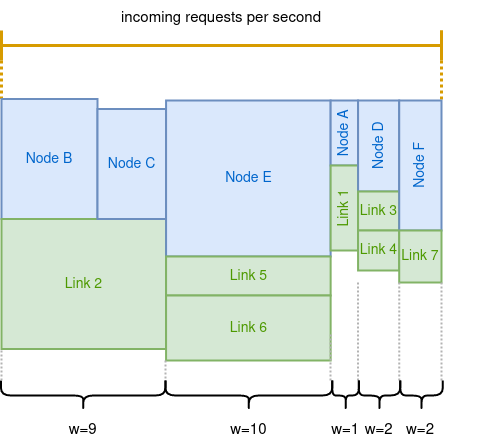
Before: graphics/diagrams/lb_weights.png, a diagram exported from draw.io (jjnp/msc-thesis). Source tidied: cells renumbered, new cells last; positions are measured from the earlier drawing's top-left corner, leaving out a move shared by most shapes. The source it was exported from:
```xml
<mxGraphModel>
  <root>
    <mxCell id="0" />
    <mxCell id="1" parent="0" />
    <mxCell id="2" style="edgeStyle=orthogonalEdgeStyle;rounded=0;jettySize=auto;html=1;exitX=0;exitY=1;exitDx=0;exitDy=0;exitPerimeter=0;entryX=0;entryY=0;entryDx=0;entryDy=0;fontSize=14;fontColor=#4D9900;endArrow=none;endFill=0;fillColor=#ffe6cc;strokeColor=#d79b00;strokeWidth=3;dashed=1;dashPattern=1 1;" parent="1" edge="1" source="3" target="8">
      <mxGeometry relative="1" as="geometry" />
    </mxCell>
    <mxCell id="3" style="shape=crossbar;whiteSpace=wrap;html=1;rounded=1;strokeWidth=3;fillColor=#ffe6cc;strokeColor=#d79b00;" parent="1" vertex="1">
      <mxGeometry y="30" width="440" height="30" as="geometry" />
    </mxCell>
    <mxCell id="4" style="shape=curlyBracket;whiteSpace=wrap;html=1;rounded=1;flipH=1;strokeWidth=2;rotation=90;" parent="1" vertex="1">
      <mxGeometry x="66.7" y="312.8" width="30" height="164.4" as="geometry" />
    </mxCell>
    <mxCell id="5" value="incoming requests per second" style="text;strokeColor=none;fillColor=none;align=center;verticalAlign=middle;spacingLeft=4;spacingRight=4;overflow=hidden;fontSize=15;" parent="1" vertex="1">
      <mxGeometry x="85" width="270" height="30" as="geometry" />
    </mxCell>
    <mxCell id="6" style="edgeStyle=orthogonalEdgeStyle;rounded=0;jettySize=auto;html=1;exitX=0;exitY=1;exitDx=0;exitDy=0;exitPerimeter=0;fontSize=14;fontColor=#4D9900;endArrow=none;endFill=0;fillColor=#ffe6cc;strokeColor=#d79b00;strokeWidth=3;dashed=1;dashPattern=1 1;entryX=1;entryY=0;entryDx=0;entryDy=0;" parent="1" edge="1" target="19">
      <mxGeometry relative="1" as="geometry">
        <mxPoint x="440" y="30" as="sourcePoint" />
      </mxGeometry>
    </mxCell>
    <mxCell id="7" style="group;" parent="1" vertex="1">
      <mxGeometry y="100" width="480" height="260" as="geometry" />
    </mxCell>
    <mxCell id="8" value="Node B" style="rounded=0;whiteSpace=wrap;html=1;strokeWidth=2;fillColor=#dae8fc;strokeColor=#6c8ebf;fontSize=14;fontColor=#0066CC;" parent="7" vertex="1">
      <mxGeometry y="-1.5" width="96" height="120" as="geometry" />
    </mxCell>
    <mxCell id="9" value="Link 2" style="rounded=0;whiteSpace=wrap;html=1;strokeWidth=2;fillColor=#d5e8d4;strokeColor=#82b366;fontSize=14;fontColor=#4D9900;" parent="7" vertex="1">
      <mxGeometry y="118.5" width="164.6" height="130" as="geometry" />
    </mxCell>
    <mxCell id="10" value="Node C" style="rounded=0;whiteSpace=wrap;html=1;strokeWidth=2;fillColor=#dae8fc;strokeColor=#6c8ebf;fontSize=14;fontColor=#0066CC;" parent="7" vertex="1">
      <mxGeometry x="96" y="8.5" width="68.6" height="110" as="geometry" />
    </mxCell>
    <mxCell id="11" value="Node E" style="rounded=0;whiteSpace=wrap;html=1;strokeWidth=2;fillColor=#dae8fc;strokeColor=#6c8ebf;fontSize=14;fontColor=#0066CC;" parent="7" vertex="1">
      <mxGeometry x="164.6" width="164.6" height="156" as="geometry" />
    </mxCell>
    <mxCell id="12" value="Link 5" style="rounded=0;whiteSpace=wrap;html=1;strokeWidth=2;fillColor=#d5e8d4;strokeColor=#82b366;fontSize=14;fontColor=#4D9900;" parent="7" vertex="1">
      <mxGeometry x="164.6" y="156" width="164.6" height="39" as="geometry" />
    </mxCell>
    <mxCell id="13" value="Link 6" style="rounded=0;whiteSpace=wrap;html=1;strokeWidth=2;fillColor=#d5e8d4;strokeColor=#82b366;fontSize=14;fontColor=#4D9900;" parent="7" vertex="1">
      <mxGeometry x="164.6" y="195" width="164.6" height="65" as="geometry" />
    </mxCell>
    <mxCell id="14" value="Node A" style="rounded=0;whiteSpace=wrap;html=1;strokeWidth=2;fillColor=#dae8fc;strokeColor=#6c8ebf;fontSize=14;fontColor=#0066CC;horizontal=0;" parent="7" vertex="1">
      <mxGeometry x="329.1" width="27.4" height="65" as="geometry" />
    </mxCell>
    <mxCell id="15" value="Link 1" style="rounded=0;whiteSpace=wrap;html=1;strokeWidth=2;fillColor=#d5e8d4;strokeColor=#82b366;fontSize=14;fontColor=#4D9900;horizontal=0;" parent="7" vertex="1">
      <mxGeometry x="329.1" y="65" width="27.4" height="85" as="geometry" />
    </mxCell>
    <mxCell id="16" value="Node D" style="rounded=0;whiteSpace=wrap;html=1;strokeWidth=2;fillColor=#dae8fc;strokeColor=#6c8ebf;fontSize=14;fontColor=#0066CC;horizontal=0;" parent="7" vertex="1">
      <mxGeometry x="356.6" width="41.1" height="91" as="geometry" />
    </mxCell>
    <mxCell id="17" value="Link 3" style="rounded=0;whiteSpace=wrap;html=1;strokeWidth=2;fillColor=#d5e8d4;strokeColor=#82b366;fontSize=14;fontColor=#4D9900;" parent="7" vertex="1">
      <mxGeometry x="356.6" y="91" width="41.1" height="39" as="geometry" />
    </mxCell>
    <mxCell id="18" value="Link 4" style="rounded=0;whiteSpace=wrap;html=1;strokeWidth=2;fillColor=#d5e8d4;strokeColor=#82b366;fontSize=14;fontColor=#4D9900;" parent="7" vertex="1">
      <mxGeometry x="356.6" y="130" width="41.1" height="40" as="geometry" />
    </mxCell>
    <mxCell id="19" value="Node F" style="rounded=0;whiteSpace=wrap;html=1;strokeWidth=2;fillColor=#dae8fc;strokeColor=#6c8ebf;fontSize=14;fontColor=#0066CC;horizontal=0;" parent="7" vertex="1">
      <mxGeometry x="397.7" width="42.3" height="130" as="geometry" />
    </mxCell>
    <mxCell id="20" value="Link 7" style="rounded=0;whiteSpace=wrap;html=1;strokeWidth=2;fillColor=#d5e8d4;strokeColor=#82b366;fontSize=14;fontColor=#4D9900;" parent="7" vertex="1">
      <mxGeometry x="397.7" y="130" width="42.3" height="52" as="geometry" />
    </mxCell>
    <mxCell id="21" style="edgeStyle=orthogonalEdgeStyle;rounded=0;orthogonalLoop=1;jettySize=auto;html=1;exitX=0;exitY=1;exitDx=0;exitDy=0;exitPerimeter=0;fontSize=14;fontColor=#4D9900;endArrow=none;endFill=0;fillColor=#ffe6cc;strokeColor=#B3B3B3;strokeWidth=2;dashed=1;dashPattern=1 1;" parent="7" edge="1">
      <mxGeometry relative="1" as="geometry">
        <mxPoint x="440" y="182" as="sourcePoint" />
        <mxPoint x="440" y="280" as="targetPoint" />
        <Array as="points">
          <mxPoint x="440.5" y="212" />
          <mxPoint x="440.5" y="212" />
        </Array>
      </mxGeometry>
    </mxCell>
    <mxCell id="22" style="edgeStyle=orthogonalEdgeStyle;rounded=0;orthogonalLoop=1;jettySize=auto;html=1;exitX=0;exitY=1;exitDx=0;exitDy=0;exitPerimeter=0;fontSize=14;fontColor=#4D9900;endArrow=none;endFill=0;fillColor=#ffe6cc;strokeColor=#B3B3B3;strokeWidth=2;dashed=1;dashPattern=1 1;" parent="7" edge="1">
      <mxGeometry relative="1" as="geometry">
        <mxPoint x="397.7" y="182" as="sourcePoint" />
        <mxPoint x="397.7" y="280" as="targetPoint" />
        <Array as="points">
          <mxPoint x="398.2" y="212" />
          <mxPoint x="398.2" y="212" />
        </Array>
      </mxGeometry>
    </mxCell>
    <mxCell id="23" style="edgeStyle=orthogonalEdgeStyle;rounded=0;orthogonalLoop=1;jettySize=auto;html=1;exitX=0;exitY=1;exitDx=0;exitDy=0;exitPerimeter=0;fontSize=14;fontColor=#4D9900;endArrow=none;endFill=0;fillColor=#ffe6cc;strokeColor=#B3B3B3;strokeWidth=2;dashed=1;dashPattern=1 1;" parent="7" edge="1">
      <mxGeometry relative="1" as="geometry">
        <mxPoint x="356.6" y="182" as="sourcePoint" />
        <mxPoint x="356.6" y="280" as="targetPoint" />
        <Array as="points">
          <mxPoint x="357.1" y="212" />
          <mxPoint x="357.1" y="212" />
        </Array>
      </mxGeometry>
    </mxCell>
    <mxCell id="24" style="edgeStyle=orthogonalEdgeStyle;rounded=0;orthogonalLoop=1;jettySize=auto;html=1;exitX=0;exitY=1;exitDx=0;exitDy=0;exitPerimeter=0;fontSize=14;fontColor=#4D9900;endArrow=none;endFill=0;fillColor=#ffe6cc;strokeColor=#B3B3B3;strokeWidth=2;dashed=1;dashPattern=1 1;" parent="7" edge="1">
      <mxGeometry relative="1" as="geometry">
        <mxPoint x="329.1" y="234" as="sourcePoint" />
        <mxPoint x="329" y="280" as="targetPoint" />
        <Array as="points">
          <mxPoint x="329" y="250" />
          <mxPoint x="329" y="250" />
        </Array>
      </mxGeometry>
    </mxCell>
    <mxCell id="25" style="shape=curlyBracket;whiteSpace=wrap;html=1;rounded=1;flipH=1;strokeWidth=2;rotation=90;" parent="1" vertex="1">
      <mxGeometry x="232.3" y="311.6" width="30" height="166.7" as="geometry" />
    </mxCell>
    <mxCell id="26" style="shape=curlyBracket;whiteSpace=wrap;html=1;rounded=1;flipH=1;strokeWidth=2;rotation=90;" parent="1" vertex="1">
      <mxGeometry x="405" y="373.8" width="30" height="42.5" as="geometry" />
    </mxCell>
    <mxCell id="27" style="shape=curlyBracket;whiteSpace=wrap;html=1;rounded=1;flipH=1;strokeWidth=2;rotation=90;" parent="1" vertex="1">
      <mxGeometry x="362.9" y="374.2" width="30" height="41.6" as="geometry" />
    </mxCell>
    <mxCell id="28" style="shape=curlyBracket;whiteSpace=wrap;html=1;rounded=1;flipH=1;strokeWidth=2;rotation=90;" parent="1" vertex="1">
      <mxGeometry x="329.1" y="381.6" width="30" height="26.8" as="geometry" />
    </mxCell>
    <mxCell id="29" style="edgeStyle=orthogonalEdgeStyle;rounded=0;orthogonalLoop=1;jettySize=auto;html=1;exitX=0;exitY=1;exitDx=0;exitDy=0;exitPerimeter=0;fontSize=14;fontColor=#4D9900;endArrow=none;endFill=0;fillColor=#ffe6cc;strokeColor=#B3B3B3;strokeWidth=2;dashed=1;dashPattern=1 1;" parent="1" edge="1">
      <mxGeometry relative="1" as="geometry">
        <mxPoint x="164" y="360" as="sourcePoint" />
        <mxPoint x="164" y="380" as="targetPoint" />
      </mxGeometry>
    </mxCell>
    <mxCell id="30" style="edgeStyle=orthogonalEdgeStyle;rounded=0;orthogonalLoop=1;jettySize=auto;html=1;fontSize=14;fontColor=#4D9900;endArrow=none;endFill=0;fillColor=#ffe6cc;strokeColor=#B3B3B3;strokeWidth=2;dashed=1;dashPattern=1 1;" parent="1" edge="1">
      <mxGeometry relative="1" as="geometry">
        <mxPoint y="350" as="sourcePoint" />
        <mxPoint y="380" as="targetPoint" />
      </mxGeometry>
    </mxCell>
    <mxCell id="31" value="w=10" style="text;strokeColor=none;fillColor=none;align=center;verticalAlign=middle;spacingLeft=4;spacingRight=4;overflow=hidden;fontSize=15;" parent="1" vertex="1">
      <mxGeometry x="212.3" y="412.2" width="70" height="30" as="geometry" />
    </mxCell>
    <mxCell id="32" value="w=9" style="text;strokeColor=none;fillColor=none;align=center;verticalAlign=middle;spacingLeft=4;spacingRight=4;overflow=hidden;fontSize=15;" parent="1" vertex="1">
      <mxGeometry x="46.7" y="412.2" width="70" height="30" as="geometry" />
    </mxCell>
    <mxCell id="33" value="w=1" style="text;strokeColor=none;fillColor=none;align=center;verticalAlign=middle;spacingLeft=4;spacingRight=4;overflow=hidden;fontSize=15;" parent="1" vertex="1">
      <mxGeometry x="309.1" y="412.2" width="70" height="30" as="geometry" />
    </mxCell>
    <mxCell id="34" value="w=2" style="text;strokeColor=none;fillColor=none;align=center;verticalAlign=middle;spacingLeft=4;spacingRight=4;overflow=hidden;fontSize=15;" parent="1" vertex="1">
      <mxGeometry x="342.7" y="412.2" width="70" height="30" as="geometry" />
    </mxCell>
    <mxCell id="35" value="w=2" style="text;strokeColor=none;fillColor=none;align=center;verticalAlign=middle;spacingLeft=4;spacingRight=4;overflow=hidden;fontSize=15;" parent="1" vertex="1">
      <mxGeometry x="384" y="412.2" width="70" height="30" as="geometry" />
    </mxCell>
  </root>
</mxGraphModel>
```
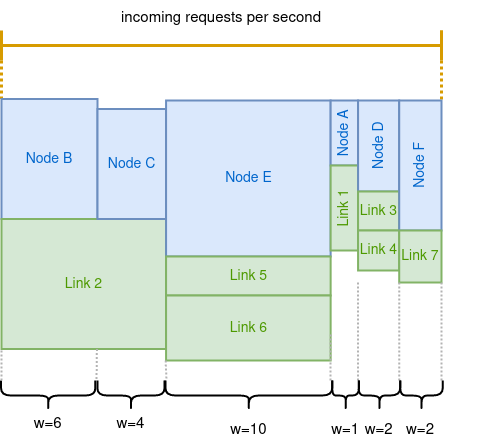
After the commit.

The edit, as a diff of the source:
```diff
@@ -9,7 +9,7 @@
       <mxGeometry y="30" width="440" height="30" as="geometry" />
     </mxCell>
     <mxCell id="4" style="shape=curlyBracket;whiteSpace=wrap;html=1;rounded=1;flipH=1;strokeWidth=2;rotation=90;" parent="1" vertex="1">
-      <mxGeometry x="66.7" y="312.8" width="30" height="164.4" as="geometry" />
+      <mxGeometry x="31.7" y="347.9" width="30" height="94.3" as="geometry" />
     </mxCell>
     <mxCell id="5" value="incoming requests per second" style="text;strokeColor=none;fillColor=none;align=center;verticalAlign=middle;spacingLeft=4;spacingRight=4;overflow=hidden;fontSize=15;" parent="1" vertex="1">
       <mxGeometry x="85" width="270" height="30" as="geometry" />
@@ -101,6 +101,12 @@
         </Array>
       </mxGeometry>
     </mxCell>
+    <mxCell id="29" style="edgeStyle=orthogonalEdgeStyle;rounded=0;orthogonalLoop=1;jettySize=auto;html=1;exitX=0;exitY=1;exitDx=0;exitDy=0;exitPerimeter=0;fontSize=14;fontColor=#4D9900;endArrow=none;endFill=0;fillColor=#ffe6cc;strokeColor=#B3B3B3;strokeWidth=2;dashed=1;dashPattern=1 1;" parent="7" edge="1">
+      <mxGeometry relative="1" as="geometry">
+        <mxPoint x="95.4" y="248.5" as="sourcePoint" />
+        <mxPoint x="95" y="280" as="targetPoint" />
+      </mxGeometry>
+    </mxCell>
     <mxCell id="25" style="shape=curlyBracket;whiteSpace=wrap;html=1;rounded=1;flipH=1;strokeWidth=2;rotation=90;" parent="1" vertex="1">
       <mxGeometry x="232.3" y="311.6" width="30" height="166.7" as="geometry" />
     </mxCell>
@@ -113,12 +119,6 @@
     <mxCell id="28" style="shape=curlyBracket;whiteSpace=wrap;html=1;rounded=1;flipH=1;strokeWidth=2;rotation=90;" parent="1" vertex="1">
       <mxGeometry x="329.1" y="381.6" width="30" height="26.8" as="geometry" />
     </mxCell>
-    <mxCell id="29" style="edgeStyle=orthogonalEdgeStyle;rounded=0;orthogonalLoop=1;jettySize=auto;html=1;exitX=0;exitY=1;exitDx=0;exitDy=0;exitPerimeter=0;fontSize=14;fontColor=#4D9900;endArrow=none;endFill=0;fillColor=#ffe6cc;strokeColor=#B3B3B3;strokeWidth=2;dashed=1;dashPattern=1 1;" parent="1" edge="1">
-      <mxGeometry relative="1" as="geometry">
-        <mxPoint x="164" y="360" as="sourcePoint" />
-        <mxPoint x="164" y="380" as="targetPoint" />
-      </mxGeometry>
-    </mxCell>
     <mxCell id="30" style="edgeStyle=orthogonalEdgeStyle;rounded=0;orthogonalLoop=1;jettySize=auto;html=1;fontSize=14;fontColor=#4D9900;endArrow=none;endFill=0;fillColor=#ffe6cc;strokeColor=#B3B3B3;strokeWidth=2;dashed=1;dashPattern=1 1;" parent="1" edge="1">
       <mxGeometry relative="1" as="geometry">
         <mxPoint y="350" as="sourcePoint" />
@@ -128,8 +128,8 @@
     <mxCell id="31" value="w=10" style="text;strokeColor=none;fillColor=none;align=center;verticalAlign=middle;spacingLeft=4;spacingRight=4;overflow=hidden;fontSize=15;" parent="1" vertex="1">
       <mxGeometry x="212.3" y="412.2" width="70" height="30" as="geometry" />
     </mxCell>
-    <mxCell id="32" value="w=9" style="text;strokeColor=none;fillColor=none;align=center;verticalAlign=middle;spacingLeft=4;spacingRight=4;overflow=hidden;fontSize=15;" parent="1" vertex="1">
-      <mxGeometry x="46.7" y="412.2" width="70" height="30" as="geometry" />
+    <mxCell id="32" value="w=6" style="text;strokeColor=none;fillColor=none;align=center;verticalAlign=middle;spacingLeft=4;spacingRight=4;overflow=hidden;fontSize=15;" parent="1" vertex="1">
+      <mxGeometry x="11.7" y="406.4" width="70" height="30" as="geometry" />
     </mxCell>
     <mxCell id="33" value="w=1" style="text;strokeColor=none;fillColor=none;align=center;verticalAlign=middle;spacingLeft=4;spacingRight=4;overflow=hidden;fontSize=15;" parent="1" vertex="1">
       <mxGeometry x="309.1" y="412.2" width="70" height="30" as="geometry" />
@@ -140,5 +140,17 @@
     <mxCell id="35" value="w=2" style="text;strokeColor=none;fillColor=none;align=center;verticalAlign=middle;spacingLeft=4;spacingRight=4;overflow=hidden;fontSize=15;" parent="1" vertex="1">
       <mxGeometry x="384" y="412.2" width="70" height="30" as="geometry" />
     </mxCell>
+    <mxCell id="36" style="shape=curlyBracket;whiteSpace=wrap;html=1;rounded=1;flipH=1;strokeWidth=2;rotation=90;" parent="1" vertex="1">
+      <mxGeometry x="114.4" y="361.4" width="30" height="67.1" as="geometry" />
+    </mxCell>
+    <mxCell id="37" style="edgeStyle=orthogonalEdgeStyle;rounded=0;orthogonalLoop=1;jettySize=auto;html=1;fontSize=14;fontColor=#4D9900;endArrow=none;endFill=0;fillColor=#ffe6cc;strokeColor=#B3B3B3;strokeWidth=2;dashed=1;dashPattern=1 1;" parent="1" edge="1">
+      <mxGeometry relative="1" as="geometry">
+        <mxPoint x="164.1" y="360" as="sourcePoint" />
+        <mxPoint x="165" y="380" as="targetPoint" />
+      </mxGeometry>
+    </mxCell>
+    <mxCell id="38" value="w=4" style="text;strokeColor=none;fillColor=none;align=center;verticalAlign=middle;spacingLeft=4;spacingRight=4;overflow=hidden;fontSize=15;" parent="1" vertex="1">
+      <mxGeometry x="94.4" y="406.4" width="70" height="30" as="geometry" />
+    </mxCell>
   </root>
 </mxGraphModel>
```
